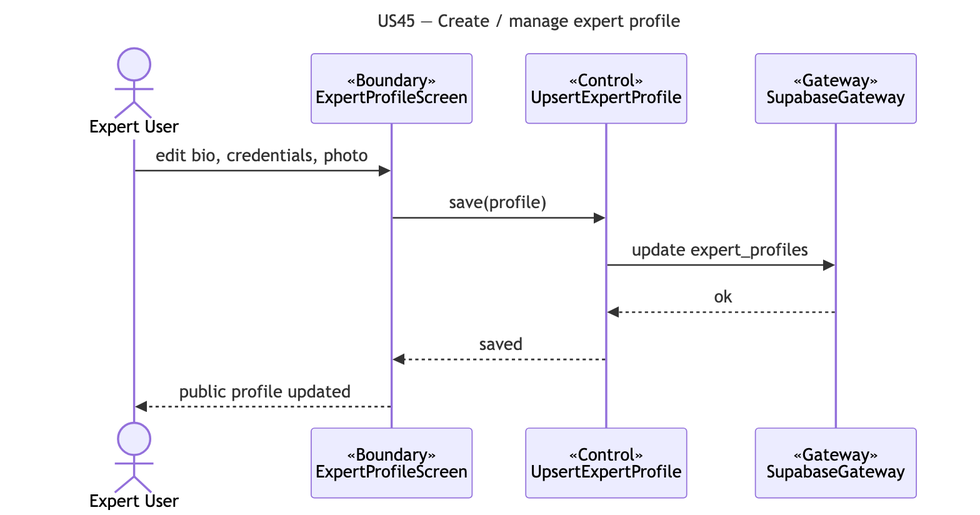
Before: docs/deliverables/sequence-diagrams/US45-expert-profile.png, a diagram exported from Mermaid (cyuanjun/FYP-26-S2-37-app). Its source is kept beside it as docs/deliverables/sequence-diagrams/src/US45-expert-profile.mmd. Its diagram source:
```mermaid
---
title: "US45 — Create / manage expert profile"
---
sequenceDiagram
  actor A as Expert User
  participant B as «Boundary»<br/>ExpertProfileScreen
  participant C as «Control»<br/>UpsertExpertProfile
  participant G as «Gateway»<br/>SupabaseGateway
  A->>B: edit bio, credentials, photo
  B->>C: save(profile)
  C->>G: update expert_profiles
  G-->>C: ok
  C-->>B: saved
  B-->>A: public profile updated
```
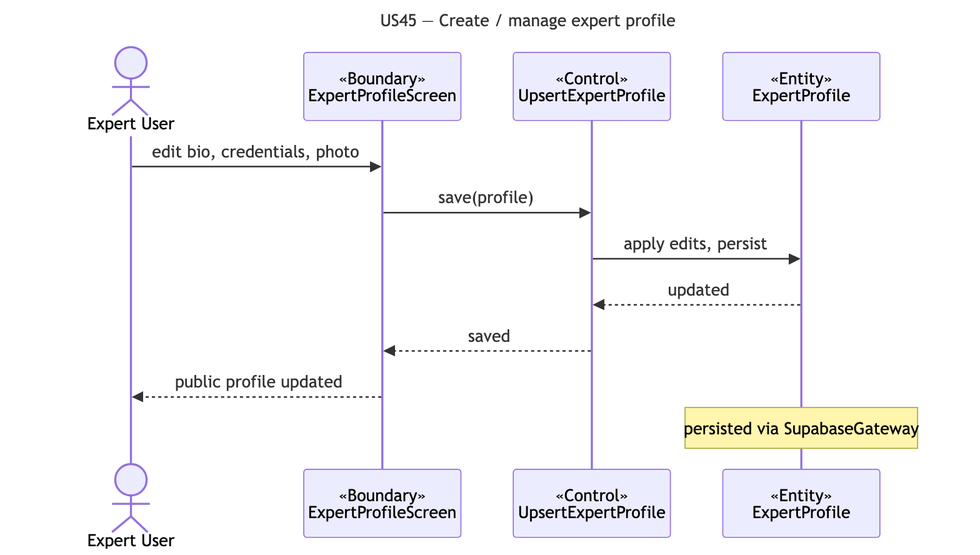
The same diagram one commit later.

Diff of the diagram source:
```diff
@@ -5,10 +5,11 @@
   actor A as Expert User
   participant B as «Boundary»<br/>ExpertProfileScreen
   participant C as «Control»<br/>UpsertExpertProfile
-  participant G as «Gateway»<br/>SupabaseGateway
+  participant E as «Entity»<br/>ExpertProfile
   A->>B: edit bio, credentials, photo
   B->>C: save(profile)
-  C->>G: update expert_profiles
-  G-->>C: ok
+  C->>E: apply edits, persist
+  E-->>C: updated
   C-->>B: saved
   B-->>A: public profile updated
+  note over E: persisted via SupabaseGateway
```
